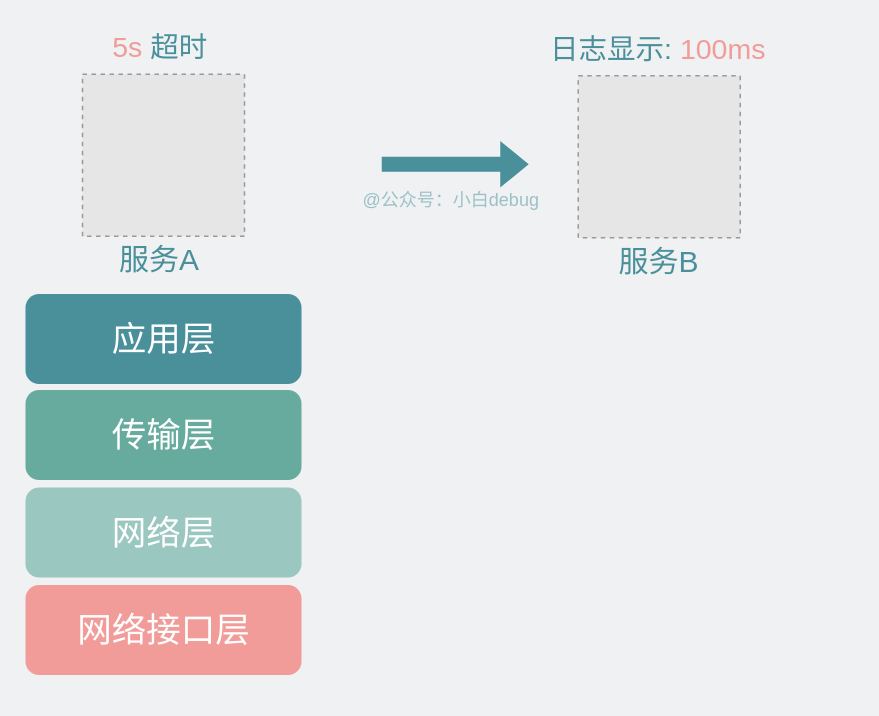
Before: network/tcpdump在第二层抓包.drawio in xiaobaiTech/image, a draw.io diagram. Source tidied: cells renumbered, new cells numbered last; positions are measured from the earlier drawing's top-left corner, leaving out a move shared by most shapes. Both pictures are drawn from the tidied source at 150%, with x=0, y=0 at pixel (26, 26). Pictures stored in the file or linked from it are replaced by grey dashed boxes.
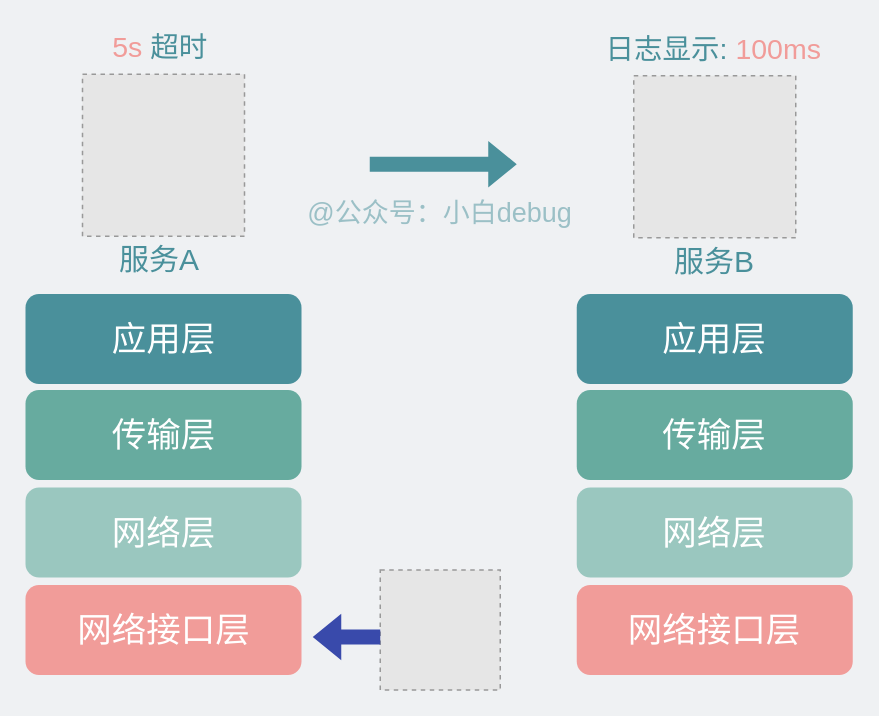
Above is the later version.

Commit message:
更新tcpdump在第二层抓包.drawio

Diff of the diagram source:
```diff
@@
     <mxCell id="9" style="shape=flexArrow;endArrow=classic;html=1;rounded=0;strokeColor=none;fillColor=#4A909B;" parent="1" edge="1">
       <mxGeometry relative="1" as="geometry">
-        <mxPoint x="236.5" y="92" as="sourcePoint" />
-        <mxPoint x="335.5" y="92" as="targetPoint" />
+        <mxPoint x="228.5" y="92" as="sourcePoint" />
+        <mxPoint x="327.5" y="92" as="targetPoint" />
       </mxGeometry>
     </mxCell>
     <mxCell id="10" style="fillColor=#E6E6E6;strokeColor=#999999;dashed=1;verticalLabelPosition=bottom;labelBackgroundColor=default;verticalAlign=top;" parent="1" vertex="1">
-      <mxGeometry x="368" y="33" width="108" height="108" as="geometry" />
+      <mxGeometry x="405" y="33" width="108" height="108" as="geometry" />
     </mxCell>
     <mxCell id="11" value="&lt;font color=&quot;#4a909b&quot; style=&quot;font-size: 19px;&quot;&gt;日志显示: &lt;/font&gt;&lt;font color=&quot;#f19c99&quot; style=&quot;font-size: 19px;&quot;&gt;100ms&lt;/font&gt;" style="text;html=1;strokeColor=none;fillColor=none;align=center;verticalAlign=middle;whiteSpace=wrap;rounded=0;" parent="1" vertex="1">
-      <mxGeometry x="348" y="1" width="147" height="30" as="geometry" />
+      <mxGeometry x="385" y="1" width="147" height="30" as="geometry" />
     </mxCell>
     <mxCell id="12" value="&lt;font color=&quot;#4a909b&quot; style=&quot;font-size: 20px;&quot;&gt;服务B&lt;/font&gt;" style="text;html=1;strokeColor=none;fillColor=none;align=center;verticalAlign=middle;whiteSpace=wrap;rounded=0;fontColor=#666666;" parent="1" vertex="1">
-      <mxGeometry x="363.5" y="141" width="116" height="30" as="geometry" />
+      <mxGeometry x="400.5" y="141" width="116" height="30" as="geometry" />
     </mxCell>
-    <mxCell id="13" value="&lt;font color=&quot;#4a909b&quot;&gt;@公众号：小白debug&lt;/font&gt;" style="text;html=1;strokeColor=none;fillColor=none;align=center;verticalAlign=middle;whiteSpace=wrap;rounded=0;opacity=50;textOpacity=50;" parent="1" vertex="1">
-      <mxGeometry x="223" y="101" width="121" height="30" as="geometry" />
+    <mxCell id="13" value="&lt;font style=&quot;font-size: 18px;&quot; color=&quot;#4a909b&quot;&gt;@公众号：小白debug&lt;/font&gt;" style="text;html=1;strokeColor=none;fillColor=none;align=center;verticalAlign=middle;whiteSpace=wrap;rounded=0;opacity=50;textOpacity=50;" parent="1" vertex="1">
+      <mxGeometry x="182.8" y="110" width="185.5" height="30" as="geometry" />
     </mxCell>
+    <mxCell id="14" value="&lt;font style=&quot;font-size: 23px;&quot;&gt;应用层&lt;/font&gt;" style="rounded=1;whiteSpace=wrap;html=1;fillColor=#4a909b;strokeColor=none;fontColor=#FFFFFF;" parent="1" vertex="1">
+      <mxGeometry x="367" y="178.5" width="184" height="60" as="geometry" />
+    </mxCell>
+    <mxCell id="15" value="&lt;font style=&quot;font-size: 23px;&quot;&gt;传输层&lt;/font&gt;" style="rounded=1;whiteSpace=wrap;html=1;fillColor=#67AB9F;strokeColor=none;fontColor=#FFFFFF;" parent="1" vertex="1">
+      <mxGeometry x="367" y="242.5" width="184" height="60" as="geometry" />
+    </mxCell>
+    <mxCell id="16" value="&lt;font style=&quot;font-size: 23px;&quot;&gt;网络层&lt;/font&gt;" style="rounded=1;whiteSpace=wrap;html=1;fillColor=#9AC7BF;strokeColor=none;fontColor=#FFFFFF;" parent="1" vertex="1">
+      <mxGeometry x="367" y="307.5" width="184" height="60" as="geometry" />
+    </mxCell>
+    <mxCell id="17" value="&lt;font style=&quot;font-size: 23px;&quot;&gt;网络接口层&lt;/font&gt;" style="rounded=1;whiteSpace=wrap;html=1;fillColor=#F19C99;strokeColor=none;fontColor=#FFFFFF;" parent="1" vertex="1">
+      <mxGeometry x="367" y="372.5" width="184" height="60" as="geometry" />
+    </mxCell>
+    <mxCell id="18" style="fillColor=#E6E6E6;strokeColor=#999999;dashed=1;verticalLabelPosition=bottom;labelBackgroundColor=default;verticalAlign=top;" parent="1" vertex="1">
+      <mxGeometry x="236" y="362.5" width="80" height="80" as="geometry" />
+    </mxCell>
+    <mxCell id="19" style="shape=flexArrow;endArrow=none;html=1;rounded=0;strokeColor=none;fillColor=#394aab;startArrow=block;endFill=0;" parent="1" edge="1">
+      <mxGeometry relative="1" as="geometry">
+        <mxPoint x="190.5" y="407.2" as="sourcePoint" />
+        <mxPoint x="236.5" y="407.2" as="targetPoint" />
+      </mxGeometry>
+    </mxCell>
```
